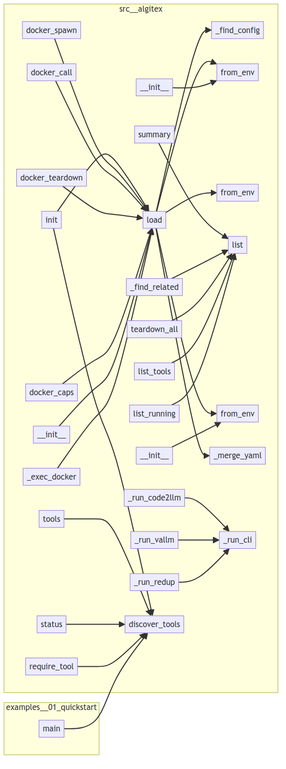
Before: project/calls.png, a diagram exported from Mermaid (semcod/algitex). Its source is kept beside it as project/calls.mmd.
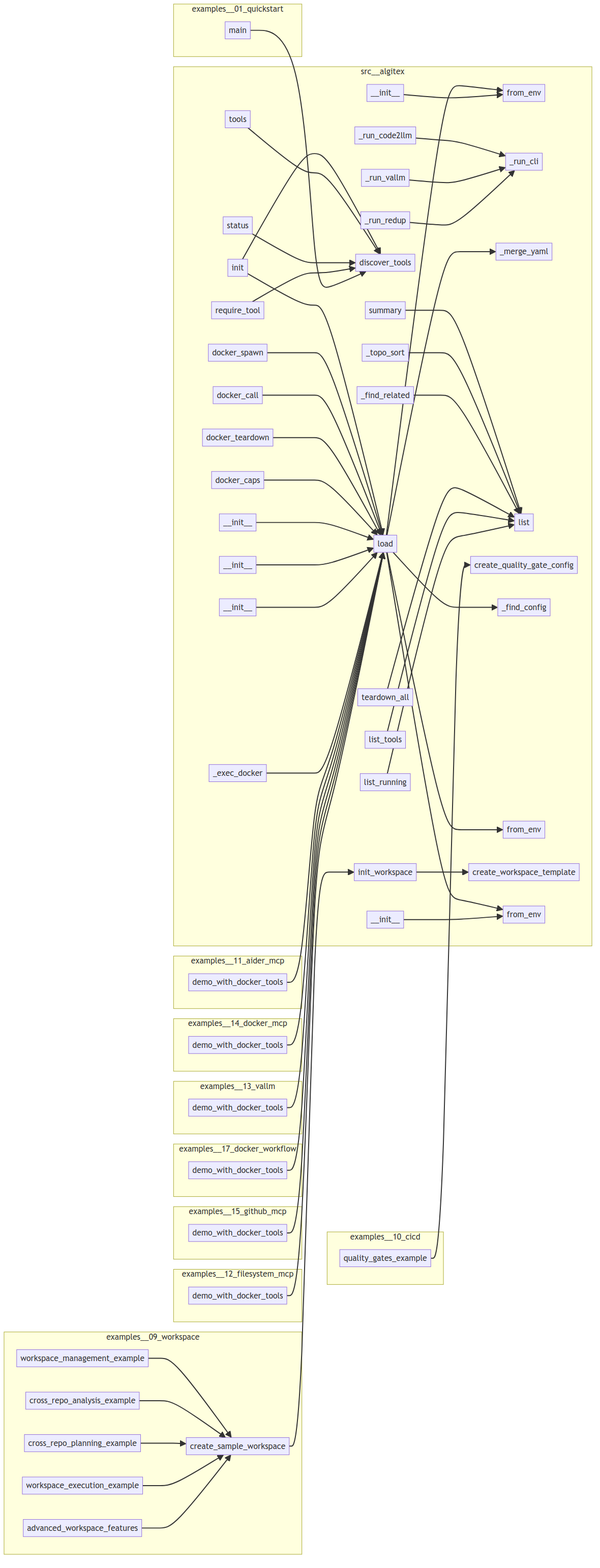
Above is the later version.

Change to the diagram source:
```diff
@@ -2,36 +2,71 @@
     subgraph examples__01_quickstart
         examples__01_quickstart__main__main["main"]
     end
+    subgraph examples__09_workspace
+        examples__09_workspace__main__workspace_execution_example["workspace_execution_example"]
+        examples__09_workspace__main__create_sample_workspace["create_sample_workspace"]
+        examples__09_workspace__main__advanced_workspace_features["advanced_workspace_features"]
+        examples__09_workspace__main__cross_repo_planning_example["cross_repo_planning_example"]
+        examples__09_workspace__main__cross_repo_analysis_example["cross_repo_analysis_example"]
+        examples__09_workspace__main__workspace_management_example["workspace_management_example"]
+    end
+    subgraph examples__10_cicd
+        examples__10_cicd__main__quality_gates_example["quality_gates_example"]
+    end
+    subgraph examples__11_aider_mcp
+        examples__11_aider_mcp__main__demo_with_docker_tools["demo_with_docker_tools"]
+    end
+    subgraph examples__12_filesystem_mcp
+        examples__12_filesystem_mcp__main__demo_with_docker_tools["demo_with_docker_tools"]
+    end
+    subgraph examples__13_vallm
+        examples__13_vallm__main__demo_with_docker_tools["demo_with_docker_tools"]
+    end
+    subgraph examples__14_docker_mcp
+        examples__14_docker_mcp__main__demo_with_docker_tools["demo_with_docker_tools"]
+    end
+    subgraph examples__15_github_mcp
+        examples__15_github_mcp__main__demo_with_docker_tools["demo_with_docker_tools"]
+    end
+    subgraph examples__17_docker_workflow
+        examples__17_docker_workflow__main__demo_with_docker_tools["demo_with_docker_tools"]
+    end
     subgraph src__algitex
+        src__algitex__tools__tickets__Tickets____init__["__init__"]
+        src__algitex__tools__proxy__Proxy____init__["__init__"]
+        src__algitex__tools__context__ContextBuilder___find_related["_find_related"]
+        src__algitex__config__TicketConfig__from_env["from_env"]
+        src__algitex__config__Config__load["load"]
+        src__algitex__cli__docker_caps["docker_caps"]
+        src__algitex__tools__discover_tools["discover_tools"]
+        src__algitex__tools__analysis__Analyzer___run_redup["_run_redup"]
+        src__algitex__cli__docker_call["docker_call"]
+        src__algitex__tools__analysis___run_cli["_run_cli"]
+        src__algitex__cli__docker_spawn["docker_spawn"]
+        src__algitex__tools__todo_runner__TodoRunner____init__["__init__"]
+        src__algitex__config___merge_yaml["_merge_yaml"]
+        src__algitex__tools__require_tool["require_tool"]
+        src__algitex__tools__tickets__Tickets__list["list"]
+        src__algitex__tools__cicd__create_quality_gate_config["create_quality_gate_config"]
+        src__algitex__tools__workspace__init_workspace["init_workspace"]
+        src__algitex__tools__docker__DockerToolManager__teardown_all["teardown_all"]
+        src__algitex__tools__telemetry__Telemetry__summary["summary"]
         src__algitex__config___find_config["_find_config"]
+        src__algitex__cli__docker_teardown["docker_teardown"]
+        src__algitex__tools__analysis__Analyzer___run_code2llm["_run_code2llm"]
+        src__algitex__config__AnalysisConfig__from_env["from_env"]
+        src__algitex__tools__workspace__create_workspace_template["create_workspace_template"]
+        src__algitex__propact__Workflow___exec_docker["_exec_docker"]
+        src__algitex__project__Project__status["status"]
+        src__algitex__tools__workspace__Workspace___topo_sort["_topo_sort"]
+        src__algitex__tools__todo_executor__TodoExecutor____init__["__init__"]
+        src__algitex__tools__docker__DockerToolManager__list_tools["list_tools"]
+        src__algitex__tools__docker__DockerToolManager__list_running["list_running"]
+        src__algitex__cli__tools["tools"]
+        src__algitex__project__Project____init__["__init__"]
         src__algitex__config__ProxyConfig__from_env["from_env"]
-        src__algitex__config__AnalysisConfig__from_env["from_env"]
-        src__algitex__tools__analysis__Analyzer___run_code2llm["_run_code2llm"]
-        src__algitex__cli__docker_spawn["docker_spawn"]
-        src__algitex__tools__proxy__Proxy____init__["__init__"]
-        src__algitex__tools__require_tool["require_tool"]
-        src__algitex__tools__context__ContextBuilder___find_related["_find_related"]
-        src__algitex__tools__tickets__Tickets__list["list"]
-        src__algitex__project__Project____init__["__init__"]
-        src__algitex__tools__docker__DockerToolManager__list_running["list_running"]
-        src__algitex__tools__docker__DockerToolManager__teardown_all["teardown_all"]
-        src__algitex__project__Project__status["status"]
-        src__algitex__cli__docker_caps["docker_caps"]
-        src__algitex__config__Config__load["load"]
-        src__algitex__cli__docker_call["docker_call"]
-        src__algitex__config__TicketConfig__from_env["from_env"]
-        src__algitex__propact__Workflow___exec_docker["_exec_docker"]
-        src__algitex__tools__analysis__Analyzer___run_redup["_run_redup"]
+        src__algitex__tools__analysis__Analyzer___run_vallm["_run_vallm"]
         src__algitex__cli__init["init"]
-        src__algitex__tools__docker__DockerToolManager__list_tools["list_tools"]
-        src__algitex__tools__tickets__Tickets____init__["__init__"]
-        src__algitex__tools__analysis__Analyzer___run_vallm["_run_vallm"]
-        src__algitex__tools__telemetry__Telemetry__summary["summary"]
-        src__algitex__config___merge_yaml["_merge_yaml"]
-        src__algitex__cli__tools["tools"]
-        src__algitex__tools__analysis___run_cli["_run_cli"]
-        src__algitex__cli__docker_teardown["docker_teardown"]
-        src__algitex__tools__discover_tools["discover_tools"]
     end
     src__algitex__cli__init --> src__algitex__config__Config__load
     src__algitex__cli__init --> src__algitex__tools__discover_tools
@@ -48,15 +83,32 @@
     src__algitex__project__Project____init__ --> src__algitex__config__Config__load
     src__algitex__project__Project__status --> src__algitex__tools__discover_tools
     src__algitex__tools__proxy__Proxy____init__ --> src__algitex__config__ProxyConfig__from_env
-    src__algitex__tools__telemetry__Telemetry__summary --> src__algitex__tools__tickets__Tickets__list
+    src__algitex__tools__require_tool --> src__algitex__tools__discover_tools
     src__algitex__tools__analysis__Analyzer___run_code2llm --> src__algitex__tools__analysis___run_cli
     src__algitex__tools__analysis__Analyzer___run_vallm --> src__algitex__tools__analysis___run_cli
     src__algitex__tools__analysis__Analyzer___run_redup --> src__algitex__tools__analysis___run_cli
-    src__algitex__tools__require_tool --> src__algitex__tools__discover_tools
+    src__algitex__tools__telemetry__Telemetry__summary --> src__algitex__tools__tickets__Tickets__list
+    src__algitex__tools__workspace__Workspace___topo_sort --> src__algitex__tools__tickets__Tickets__list
+    src__algitex__tools__workspace__init_workspace --> src__algitex__tools__workspace__create_workspace_template
     src__algitex__tools__context__ContextBuilder___find_related --> src__algitex__tools__tickets__Tickets__list
     src__algitex__tools__tickets__Tickets____init__ --> src__algitex__config__TicketConfig__from_env
+    src__algitex__tools__todo_executor__TodoExecutor____init__ --> src__algitex__config__Config__load
+    src__algitex__tools__todo_runner__TodoRunner____init__ --> src__algitex__config__Config__load
     src__algitex__tools__docker__DockerToolManager__teardown_all --> src__algitex__tools__tickets__Tickets__list
     src__algitex__tools__docker__DockerToolManager__list_tools --> src__algitex__tools__tickets__Tickets__list
     src__algitex__tools__docker__DockerToolManager__list_running --> src__algitex__tools__tickets__Tickets__list
     examples__01_quickstart__main__main --> src__algitex__tools__discover_tools
     src__algitex__propact__Workflow___exec_docker --> src__algitex__config__Config__load
+    examples__11_aider_mcp__main__demo_with_docker_tools --> src__algitex__config__Config__load
+    examples__10_cicd__main__quality_gates_example --> src__algitex__tools__cicd__create_quality_gate_config
+    examples__14_docker_mcp__main__demo_with_docker_tools --> src__algitex__config__Config__load
+    examples__13_vallm__main__demo_with_docker_tools --> src__algitex__config__Config__load
+    examples__17_docker_workflow__main__demo_with_docker_tools --> src__algitex__config__Config__load
+    examples__15_github_mcp__main__demo_with_docker_tools --> src__algitex__config__Config__load
+    examples__12_filesystem_mcp__main__demo_with_docker_tools --> src__algitex__config__Config__load
+    examples__09_workspace__main__create_sample_workspace --> src__algitex__tools__workspace__init_workspace
+    examples__09_workspace__main__workspace_management_example --> examples__09_workspace__main__create_sample_workspace
+    examples__09_workspace__main__cross_repo_analysis_example --> examples__09_workspace__main__create_sample_workspace
+    examples__09_workspace__main__cross_repo_planning_example --> examples__09_workspace__main__create_sample_workspace
+    examples__09_workspace__main__workspace_execution_example --> examples__09_workspace__main__create_sample_workspace
+    examples__09_workspace__main__advanced_workspace_features --> examples__09_workspace__main__create_sample_workspace
```
